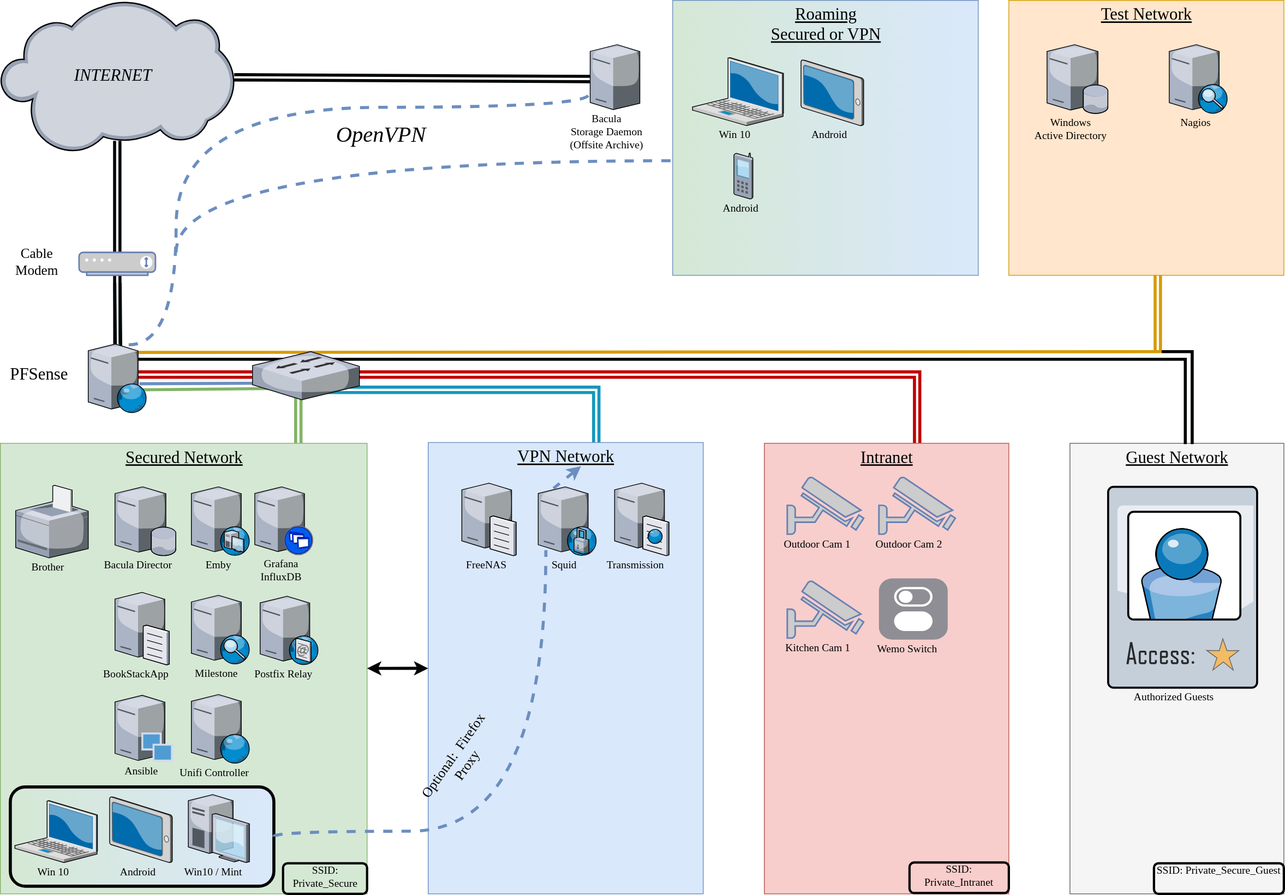
The draw.io diagram HomeLab Logical Diagram.svg in chaploeb/HomeLab, before a commit. Source tidied: cells renumbered, new cells last; positions are measured from the earlier drawing's top-left corner, leaving out a move shared by most shapes.
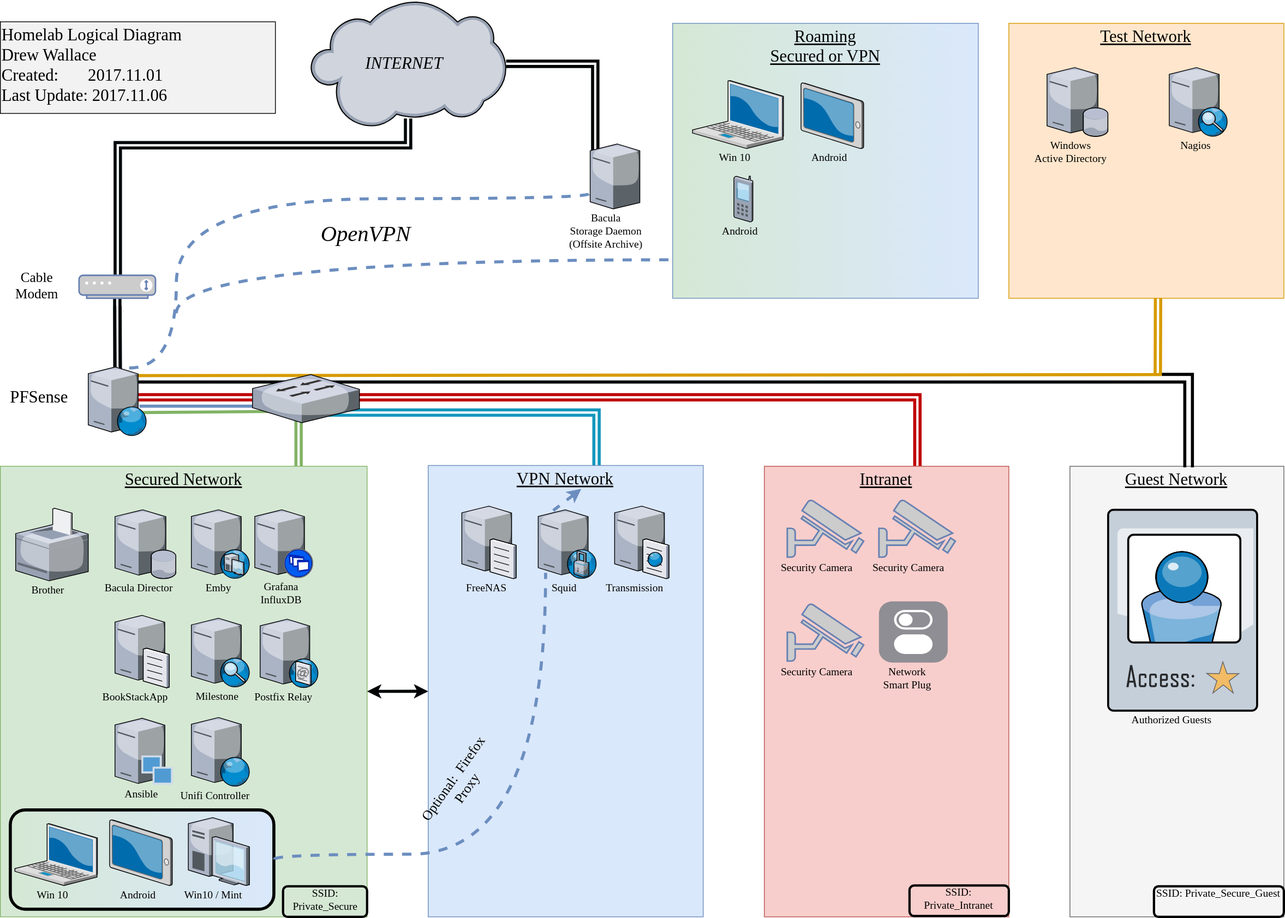
The same diagram one commit later.

Diff of the diagram source:
```diff
@@ -33,14 +33,19 @@
         </Array>
       </mxGeometry>
     </mxCell>
-    <mxCell id="8" style="shape=link;rounded=0;html=1;entryX=0.097;entryY=0.533;entryPerimeter=0;jettySize=auto;shadow=0;comic=0;strokeWidth=4;fillColor=#cce5ff;strokeColor=#010405;fontFamily=Verdana;" parent="1" edge="1" source="10" target="13">
+    <mxCell id="8" style="shape=link;rounded=0;html=1;entryX=0.097;entryY=0.533;entryPerimeter=0;jettySize=auto;shadow=0;comic=0;strokeWidth=4;fillColor=#cce5ff;strokeColor=#010405;fontFamily=Verdana;edgeStyle=orthogonalEdgeStyle;" parent="1" edge="1" source="10" target="13">
       <mxGeometry relative="1" as="geometry" />
     </mxCell>
-    <mxCell id="9" style="shape=link;rounded=0;comic=0;html=1;shadow=0;jettySize=auto;strokeColor=#01080A;strokeWidth=4;exitX=0.5;exitY=0.922;exitPerimeter=0;fontFamily=Verdana;" parent="1" edge="1" source="10" target="12">
-      <mxGeometry relative="1" as="geometry" />
+    <mxCell id="9" style="shape=link;rounded=0;comic=0;html=1;shadow=0;jettySize=auto;strokeColor=#01080A;strokeWidth=4;exitX=0.5;exitY=0.922;exitPerimeter=0;fontFamily=Verdana;edgeStyle=orthogonalEdgeStyle;" parent="1" edge="1" source="10" target="12">
+      <mxGeometry relative="1" as="geometry">
+        <Array as="points">
+          <mxPoint x="534" y="160" />
+          <mxPoint x="153" y="160" />
+        </Array>
+      </mxGeometry>
     </mxCell>
     <mxCell id="10" value="INTERNET" style="verticalLabelPosition=middle;html=1;verticalAlign=middle;strokeColor=none;shape=mxgraph.citrix.cloud;labelPosition=center;align=center;fontSize=22;fontStyle=2;fontFamily=Verdana;" parent="1" vertex="1">
-      <mxGeometry width="306" height="200" as="geometry" />
+      <mxGeometry x="406" y="-30" width="256" height="167" as="geometry" />
     </mxCell>
     <mxCell id="11" style="edgeStyle=none;shape=link;rounded=0;comic=0;html=1;shadow=0;jettySize=auto;strokeColor=#01080A;strokeWidth=4;fontFamily=Verdana;" parent="1" edge="1" source="12" target="15">
       <mxGeometry relative="1" as="geometry" />
@@ -49,7 +54,7 @@
       <mxGeometry x="103" y="330" width="100" height="30" as="geometry" />
     </mxCell>
     <mxCell id="13" value="Bacula&lt;br&gt;Storage Daemon&lt;br&gt;(Offsite Archive)" style="verticalLabelPosition=bottom;html=1;verticalAlign=top;strokeColor=none;shape=mxgraph.citrix.tower_server;fontFamily=Verdana;fontSize=14;" parent="1" vertex="1">
-      <mxGeometry x="772" y="58" width="65" height="85" as="geometry" />
+      <mxGeometry x="772" y="158" width="65" height="85" as="geometry" />
     </mxCell>
     <mxCell id="14" style="edgeStyle=none;shape=link;rounded=0;comic=0;html=1;shadow=0;jettySize=auto;strokeColor=#01080A;strokeWidth=4;exitX=0.514;exitY=0.056;exitPerimeter=0;fontFamily=Verdana;" parent="1" edge="1" source="15">
       <mxGeometry relative="1" as="geometry">
@@ -101,24 +106,24 @@
     <mxCell id="29" value="Grafana&lt;br&gt;InfluxDB" style="verticalLabelPosition=bottom;html=1;verticalAlign=top;strokeColor=none;shape=mxgraph.citrix.xenapp_server;fontSize=14;fontFamily=Verdana;" parent="1" vertex="1">
       <mxGeometry x="333" y="637" width="76" height="89" as="geometry" />
     </mxCell>
-    <mxCell id="30" value="Outdoor Cam 2" style="fontColor=#000000;verticalAlign=top;verticalLabelPosition=bottom;labelPosition=center;align=center;html=1;fillColor=#CCCCCC;strokeColor=#6881B3;gradientColor=none;gradientDirection=north;strokeWidth=2;shape=mxgraph.networks.security_camera;fontSize=14;fontFamily=Verdana;" parent="1" vertex="1">
+    <mxCell id="30" value="Security Camera" style="fontColor=#000000;verticalAlign=top;verticalLabelPosition=bottom;labelPosition=center;align=center;html=1;fillColor=#CCCCCC;strokeColor=#6881B3;gradientColor=none;gradientDirection=north;strokeWidth=2;shape=mxgraph.networks.security_camera;fontSize=14;fontFamily=Verdana;" parent="1" vertex="1">
       <mxGeometry x="1150" y="624" width="100" height="75" as="geometry" />
     </mxCell>
-    <mxCell id="31" value="Outdoor Cam 1" style="fontColor=#000000;verticalAlign=top;verticalLabelPosition=bottom;labelPosition=center;align=center;html=1;fillColor=#CCCCCC;strokeColor=#6881B3;gradientColor=none;gradientDirection=north;strokeWidth=2;shape=mxgraph.networks.security_camera;fontSize=14;fontFamily=Verdana;" parent="1" vertex="1">
+    <mxCell id="31" value="Security Camera" style="fontColor=#000000;verticalAlign=top;verticalLabelPosition=bottom;labelPosition=center;align=center;html=1;fillColor=#CCCCCC;strokeColor=#6881B3;gradientColor=none;gradientDirection=north;strokeWidth=2;shape=mxgraph.networks.security_camera;fontSize=14;fontFamily=Verdana;" parent="1" vertex="1">
       <mxGeometry x="1030" y="624" width="100" height="75" as="geometry" />
     </mxCell>
-    <mxCell id="32" value="Kitchen Cam 1" style="fontColor=#000000;verticalAlign=top;verticalLabelPosition=bottom;labelPosition=center;align=center;html=1;fillColor=#CCCCCC;strokeColor=#6881B3;gradientColor=none;gradientDirection=north;strokeWidth=2;shape=mxgraph.networks.security_camera;fontSize=14;fontFamily=Verdana;" parent="1" vertex="1">
+    <mxCell id="32" value="Security Camera" style="fontColor=#000000;verticalAlign=top;verticalLabelPosition=bottom;labelPosition=center;align=center;html=1;fillColor=#CCCCCC;strokeColor=#6881B3;gradientColor=none;gradientDirection=north;strokeWidth=2;shape=mxgraph.networks.security_camera;fontSize=14;fontFamily=Verdana;" parent="1" vertex="1">
       <mxGeometry x="1030" y="760" width="100" height="75" as="geometry" />
     </mxCell>
-    <mxCell id="33" value="&lt;font style=&quot;font-size: 14px;&quot;&gt;Wemo Switch&lt;br&gt;&lt;/font&gt;" style="html=1;strokeWidth=1;shadow=0;dashed=0;shape=mxgraph.ios7.misc.switch;fillColor=#8F8E94;strokeColor=none;buttonText=;strokeColor2=#222222;fontColor=#000000;fontSize=14;verticalLabelPosition=bottom;verticalAlign=top;align=center;fontFamily=Verdana;" parent="1" vertex="1">
+    <mxCell id="33" value="Network&lt;br&gt;Smart Plug" style="html=1;strokeWidth=1;shadow=0;dashed=0;shape=mxgraph.ios7.misc.switch;fillColor=#8F8E94;strokeColor=none;buttonText=;strokeColor2=#222222;fontColor=#000000;fontSize=14;verticalLabelPosition=bottom;verticalAlign=top;align=center;fontFamily=Verdana;" parent="1" vertex="1">
       <mxGeometry x="1150" y="757" width="90" height="80" as="geometry" />
     </mxCell>
     <mxCell id="34" style="endArrow=none;dashed=1;html=1;shadow=0;strokeColor=#6c8ebf;strokeWidth=4;entryX=-0.031;entryY=0.765;entryPerimeter=0;exitX=0.697;exitY=0.011;exitPerimeter=0;edgeStyle=orthogonalEdgeStyle;curved=1;fillColor=#dae8fc;fontFamily=Verdana;" parent="1" edge="1" source="15" target="13">
       <mxGeometry relative="1" as="geometry">
         <Array as="points">
           <mxPoint x="230" y="451" />
-          <mxPoint x="230" y="140" />
-          <mxPoint x="770" y="140" />
+          <mxPoint x="230" y="230" />
+          <mxPoint x="770" y="230" />
         </Array>
       </mxGeometry>
     </mxCell>
@@ -136,11 +141,10 @@
     </mxCell>
     <mxCell id="39" style="endArrow=none;dashed=1;html=1;shadow=0;strokeColor=#6c8ebf;strokeWidth=4;edgeStyle=orthogonalEdgeStyle;curved=1;fillColor=#dae8fc;fontFamily=Verdana;" parent="1" edge="1">
       <mxGeometry relative="1" as="geometry">
-        <mxPoint x="230" y="330" as="sourcePoint" />
-        <mxPoint x="879" y="210" as="targetPoint" />
+        <mxPoint x="230" y="380" as="sourcePoint" />
+        <mxPoint x="879" y="310" as="targetPoint" />
         <Array as="points">
-          <mxPoint x="230" y="210" />
-          <mxPoint x="879" y="210" />
+          <mxPoint x="230" y="310" />
         </Array>
       </mxGeometry>
     </mxCell>
@@ -183,7 +187,7 @@
       <mxGeometry relative="1" as="geometry" />
     </mxCell>
     <mxCell id="50" value="OpenVPN" style="text;html=1;strokeColor=none;fillColor=none;align=center;verticalAlign=middle;whiteSpace=wrap;rounded=0;rotation=0;fontSize=29;fontStyle=2;fontFamily=Verdana;" parent="1" vertex="1">
-      <mxGeometry x="416" y="150" width="164" height="55" as="geometry" />
+      <mxGeometry x="396" y="250" width="164" height="55" as="geometry" />
     </mxCell>
     <mxCell id="51" value="Test Network" style="rounded=0;whiteSpace=wrap;html=1;verticalAlign=top;fillColor=#ffe6cc;strokeColor=#d79b00;gradientDirection=west;fontSize=22;fontStyle=4;fontFamily=Verdana;" parent="1" vertex="1">
       <mxGeometry x="1320" width="360" height="360" as="geometry" />
@@ -227,5 +231,8 @@
     <mxCell id="62" value="PFSense" style="text;html=1;strokeColor=none;fillColor=none;align=center;verticalAlign=middle;whiteSpace=wrap;rounded=0;labelBackgroundColor=none;fontFamily=Verdana;fontSize=22;fontColor=#000000;" parent="1" vertex="1">
       <mxGeometry x="10" y="481" width="80" height="20" as="geometry" />
     </mxCell>
+    <mxCell id="63" value="Homelab Logical Diagram&lt;br&gt;Drew Wallace&lt;br&gt;Created:&amp;nbsp;&amp;nbsp;&amp;nbsp;&amp;nbsp;&amp;nbsp;&amp;nbsp; 2017.11.01&lt;br&gt;Last Update: 2017.11.06" style="rounded=0;whiteSpace=wrap;html=1;labelBackgroundColor=none;strokeColor=#000000;strokeWidth=1;fillColor=#F2F2F2;gradientColor=none;fontFamily=Verdana;fontSize=22;fontColor=#000000;align=left;" parent="1" vertex="1">
+      <mxGeometry y="-2" width="360" height="120" as="geometry" />
+    </mxCell>
   </root>
 </mxGraphModel>
```
